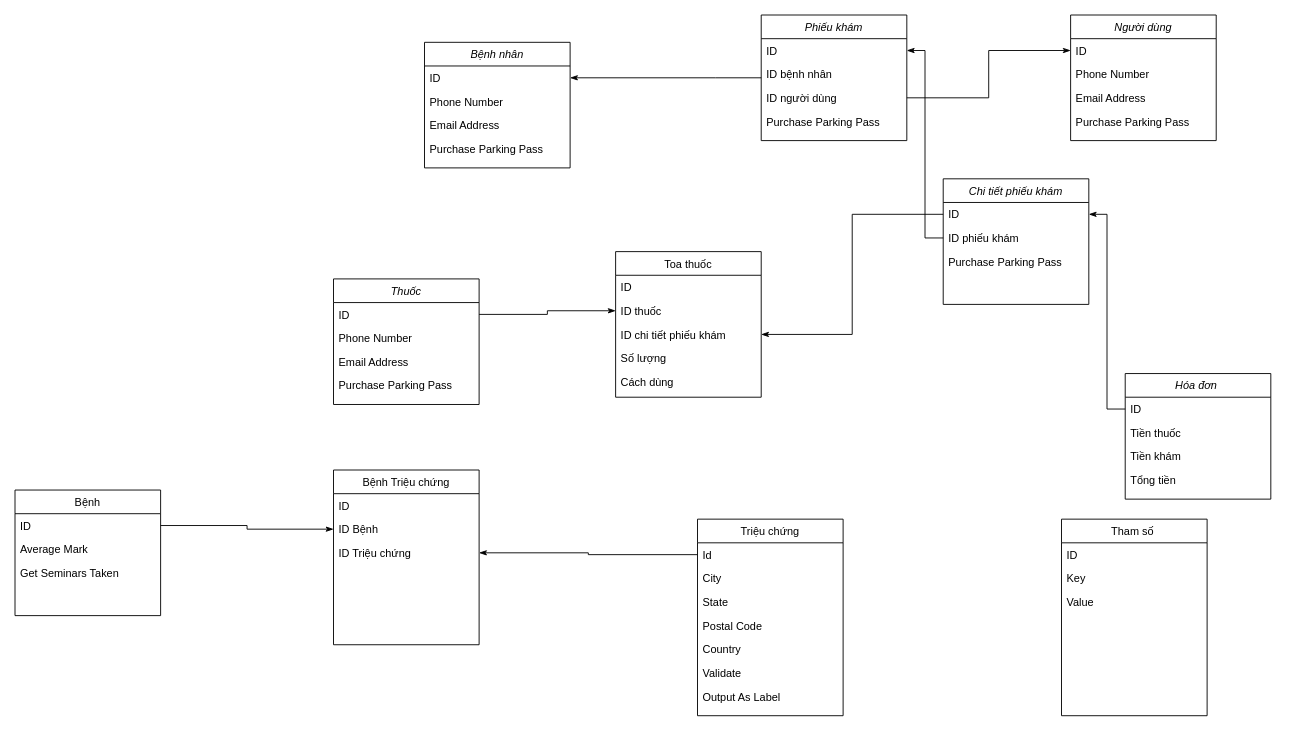
Above: Untitled Diagram.drawio in thanhxinhtraiuit/DACNPM (draw.io), before the change. Source tidied: cells renumbered, new cells numbered last; positions are measured from the earlier drawing's top-left corner, leaving out a move shared by most shapes. Both pictures are drawn from the tidied source at 91%, with x=0, y=0 at pixel (15, 15).
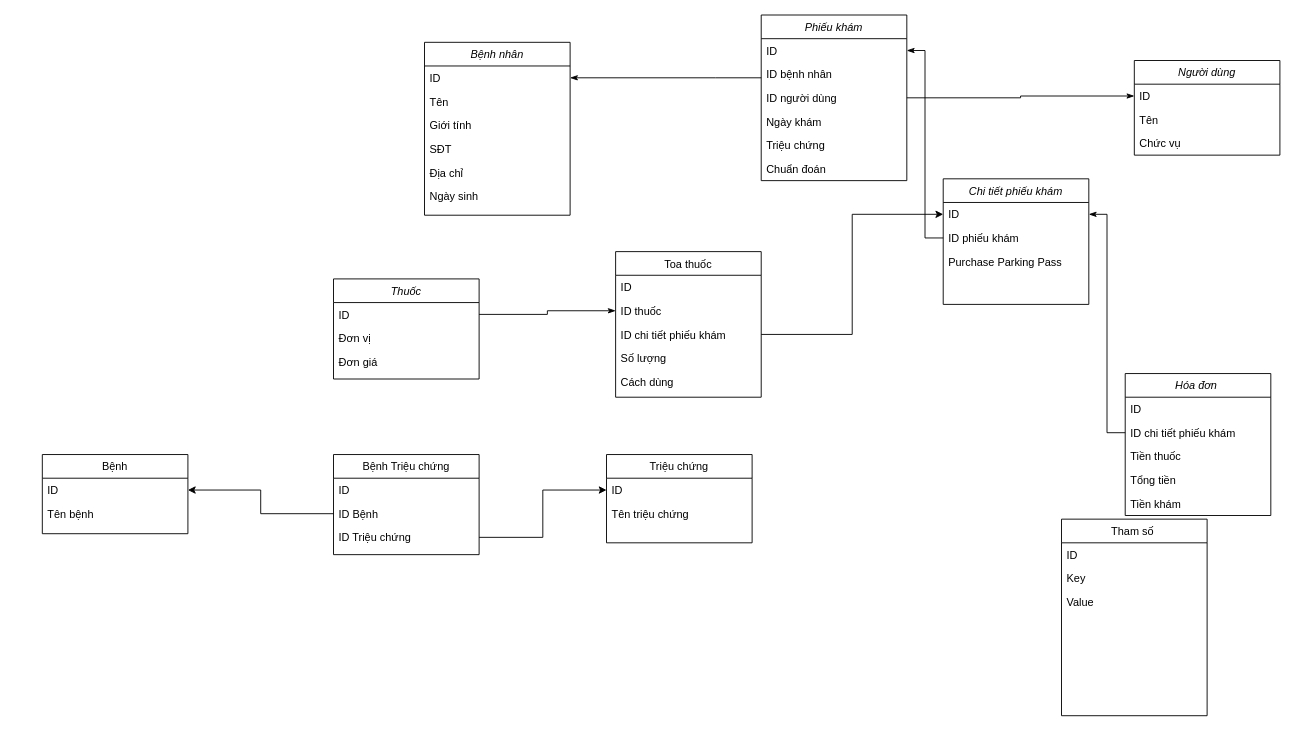
The same diagram, later.

Unchanged cells that the change refers to:
```xml
<mxCell id="3" value="ID" style="text;align=left;verticalAlign=top;spacingLeft=4;spacingRight=4;overflow=hidden;points=[[0,0.5],[1,0.5]];portConstraint=eastwest;" parent="2" vertex="1">
  <mxGeometry y="26" width="160" height="26" as="geometry" />
</mxCell>
<mxCell id="32" value="ID chi tiết phiếu khám" style="text;align=left;verticalAlign=top;spacingLeft=4;spacingRight=4;overflow=hidden;points=[[0,0.5],[1,0.5]];portConstraint=eastwest;rounded=0;shadow=0;html=0;" parent="29" vertex="1">
  <mxGeometry y="78" width="160" height="26" as="geometry" />
</mxCell>
<mxCell id="37" value="ID Bệnh" style="text;align=left;verticalAlign=top;spacingLeft=4;spacingRight=4;overflow=hidden;points=[[0,0.5],[1,0.5]];portConstraint=eastwest;rounded=0;shadow=0;html=0;" parent="35" vertex="1">
  <mxGeometry y="52" width="160" height="26" as="geometry" />
</mxCell>
<mxCell id="38" value="ID Triệu chứng" style="text;align=left;verticalAlign=top;spacingLeft=4;spacingRight=4;overflow=hidden;points=[[0,0.5],[1,0.5]];portConstraint=eastwest;rounded=0;shadow=0;html=0;" parent="35" vertex="1">
  <mxGeometry y="78" width="160" height="26" as="geometry" />
</mxCell>
<mxCell id="44" value="ID" style="text;align=left;verticalAlign=top;spacingLeft=4;spacingRight=4;overflow=hidden;points=[[0,0.5],[1,0.5]];portConstraint=eastwest;" parent="43" vertex="1">
  <mxGeometry y="26" width="160" height="26" as="geometry" />
</mxCell>
<mxCell id="56" value="ID" style="text;align=left;verticalAlign=top;spacingLeft=4;spacingRight=4;overflow=hidden;points=[[0,0.5],[1,0.5]];portConstraint=eastwest;" parent="55" vertex="1">
  <mxGeometry y="26" width="160" height="26" as="geometry" />
</mxCell>
```

What changed in the source:
```diff
@@
     <mxCell id="2" value="Bệnh" style="swimlane;fontStyle=0;align=center;verticalAlign=top;horizontal=1;startSize=26;rounded=0;shadow=0;strokeWidth=1;" parent="1" vertex="1">
-      <mxGeometry y="522" width="160" height="138" as="geometry" />
+      <mxGeometry x="30" y="483" width="160" height="87" as="geometry" />
     </mxCell>
@@
-    <mxCell id="4" value="Average Mark" style="text;align=left;verticalAlign=top;spacingLeft=4;spacingRight=4;overflow=hidden;rounded=0;shadow=0;html=0;" parent="2" vertex="1">
+    <mxCell id="4" value="Tên bệnh" style="text;align=left;verticalAlign=top;spacingLeft=4;spacingRight=4;overflow=hidden;rounded=0;shadow=0;html=0;" parent="2" vertex="1">
       <mxGeometry y="52" width="160" height="26" as="geometry" />
     </mxCell>
-    <mxCell id="5" value="Get Seminars Taken" style="text;align=left;verticalAlign=top;spacingLeft=4;spacingRight=4;overflow=hidden;" parent="2" vertex="1">
-      <mxGeometry y="78" width="160" height="26" as="geometry" />
-    </mxCell>
     <mxCell id="6" value="Triệu chứng" style="swimlane;fontStyle=0;align=center;verticalAlign=top;horizontal=1;startSize=26;rounded=0;shadow=0;strokeWidth=1;" parent="1" vertex="1">
-      <mxGeometry x="750" y="554" width="160" height="216" as="geometry" />
+      <mxGeometry x="650" y="483" width="160" height="97" as="geometry" />
     </mxCell>
-    <mxCell id="7" value="Id" style="text;align=left;verticalAlign=top;spacingLeft=4;spacingRight=4;overflow=hidden;points=[[0,0.5],[1,0.5]];portConstraint=eastwest;" parent="6" vertex="1">
+    <mxCell id="7" value="ID" style="text;align=left;verticalAlign=top;spacingLeft=4;spacingRight=4;overflow=hidden;points=[[0,0.5],[1,0.5]];portConstraint=eastwest;" parent="6" vertex="1">
       <mxGeometry y="26" width="160" height="26" as="geometry" />
     </mxCell>
-    <mxCell id="8" value="City" style="text;align=left;verticalAlign=top;spacingLeft=4;spacingRight=4;overflow=hidden;rounded=0;shadow=0;html=0;" parent="6" vertex="1">
-      <mxGeometry y="52" width="160" height="26" as="geometry" />
-    </mxCell>
-    <mxCell id="9" value="State" style="text;align=left;verticalAlign=top;spacingLeft=4;spacingRight=4;overflow=hidden;rounded=0;shadow=0;html=0;" parent="6" vertex="1">
-      <mxGeometry y="78" width="160" height="26" as="geometry" />
-    </mxCell>
-    <mxCell id="10" value="Postal Code" style="text;align=left;verticalAlign=top;spacingLeft=4;spacingRight=4;overflow=hidden;rounded=0;shadow=0;html=0;" parent="6" vertex="1">
-      <mxGeometry y="104" width="160" height="26" as="geometry" />
-    </mxCell>
-    <mxCell id="11" value="Country" style="text;align=left;verticalAlign=top;spacingLeft=4;spacingRight=4;overflow=hidden;rounded=0;shadow=0;html=0;" parent="6" vertex="1">
-      <mxGeometry y="130" width="160" height="26" as="geometry" />
+    <mxCell id="11" value="Tên triệu chứng" style="text;align=left;verticalAlign=top;spacingLeft=4;spacingRight=4;overflow=hidden;rounded=0;shadow=0;html=0;" parent="6" vertex="1">
+      <mxGeometry y="52" width="160" height="26" as="geometry" />
     </mxCell>
-    <mxCell id="12" value="Validate" style="text;align=left;verticalAlign=top;spacingLeft=4;spacingRight=4;overflow=hidden;" parent="6" vertex="1">
-      <mxGeometry y="156" width="160" height="26" as="geometry" />
-    </mxCell>
-    <mxCell id="13" value="Output As Label" style="text;align=left;verticalAlign=top;spacingLeft=4;spacingRight=4;overflow=hidden;" parent="6" vertex="1">
-      <mxGeometry y="182" width="160" height="26" as="geometry" />
-    </mxCell>
     <mxCell id="14" value="Bệnh nhân" style="swimlane;fontStyle=2;align=center;verticalAlign=top;horizontal=1;startSize=26;rounded=0;shadow=0;strokeWidth=1;" parent="1" vertex="1">
-      <mxGeometry x="450" y="30" width="160" height="138" as="geometry" />
+      <mxGeometry x="450" y="30" width="160" height="190" as="geometry" />
     </mxCell>
@@
-    <mxCell id="16" value="Phone Number" style="text;align=left;verticalAlign=top;spacingLeft=4;spacingRight=4;overflow=hidden;rounded=0;shadow=0;html=0;" parent="14" vertex="1">
+    <mxCell id="16" value="Tên" style="text;align=left;verticalAlign=top;spacingLeft=4;spacingRight=4;overflow=hidden;rounded=0;shadow=0;html=0;" parent="14" vertex="1">
       <mxGeometry y="52" width="160" height="26" as="geometry" />
     </mxCell>
-    <mxCell id="17" value="Email Address" style="text;align=left;verticalAlign=top;spacingLeft=4;spacingRight=4;overflow=hidden;rounded=0;shadow=0;html=0;" parent="14" vertex="1">
+    <mxCell id="17" value="Giới tính" style="text;align=left;verticalAlign=top;spacingLeft=4;spacingRight=4;overflow=hidden;rounded=0;shadow=0;html=0;" parent="14" vertex="1">
       <mxGeometry y="78" width="160" height="26" as="geometry" />
     </mxCell>
-    <mxCell id="18" value="Purchase Parking Pass" style="text;align=left;verticalAlign=top;spacingLeft=4;spacingRight=4;overflow=hidden;" parent="14" vertex="1">
+    <mxCell id="18" value="SĐT" style="text;align=left;verticalAlign=top;spacingLeft=4;spacingRight=4;overflow=hidden;" parent="14" vertex="1">
       <mxGeometry y="104" width="160" height="26" as="geometry" />
     </mxCell>
+    <mxCell id="65" value="Địa chỉ" style="text;align=left;verticalAlign=top;spacingLeft=4;spacingRight=4;overflow=hidden;" parent="14" vertex="1">
+      <mxGeometry y="130" width="160" height="26" as="geometry" />
+    </mxCell>
+    <mxCell id="66" value="Ngày sinh" style="text;align=left;verticalAlign=top;spacingLeft=4;spacingRight=4;overflow=hidden;" parent="14" vertex="1">
+      <mxGeometry y="156" width="160" height="26" as="geometry" />
+    </mxCell>
     <mxCell id="19" value="Phiếu khám" style="swimlane;fontStyle=2;align=center;verticalAlign=top;horizontal=1;startSize=26;rounded=0;shadow=0;strokeWidth=1;" parent="1" vertex="1">
-      <mxGeometry x="820" width="160" height="138" as="geometry" />
+      <mxGeometry x="820" width="160" height="182" as="geometry" />
     </mxCell>
@@
-    <mxCell id="23" value="Purchase Parking Pass" style="text;align=left;verticalAlign=top;spacingLeft=4;spacingRight=4;overflow=hidden;" parent="19" vertex="1">
+    <mxCell id="23" value="Ngày khám" style="text;align=left;verticalAlign=top;spacingLeft=4;spacingRight=4;overflow=hidden;" parent="19" vertex="1">
       <mxGeometry y="104" width="160" height="26" as="geometry" />
     </mxCell>
+    <mxCell id="67" value="Triệu chứng" style="text;align=left;verticalAlign=top;spacingLeft=4;spacingRight=4;overflow=hidden;" parent="19" vertex="1">
+      <mxGeometry y="130" width="160" height="26" as="geometry" />
+    </mxCell>
+    <mxCell id="68" value="Chuẩn đoán" style="text;align=left;verticalAlign=top;spacingLeft=4;spacingRight=4;overflow=hidden;" parent="19" vertex="1">
+      <mxGeometry y="156" width="160" height="26" as="geometry" />
+    </mxCell>
     <mxCell id="24" value="Người dùng" style="swimlane;fontStyle=2;align=center;verticalAlign=top;horizontal=1;startSize=26;rounded=0;shadow=0;strokeWidth=1;" parent="1" vertex="1">
-      <mxGeometry x="1160" width="160" height="138" as="geometry" />
+      <mxGeometry x="1230" y="50" width="160" height="104" as="geometry" />
     </mxCell>
@@
-    <mxCell id="26" value="Phone Number" style="text;align=left;verticalAlign=top;spacingLeft=4;spacingRight=4;overflow=hidden;rounded=0;shadow=0;html=0;" parent="24" vertex="1">
+    <mxCell id="26" value="Tên" style="text;align=left;verticalAlign=top;spacingLeft=4;spacingRight=4;overflow=hidden;rounded=0;shadow=0;html=0;" parent="24" vertex="1">
       <mxGeometry y="52" width="160" height="26" as="geometry" />
     </mxCell>
-    <mxCell id="27" value="Email Address" style="text;align=left;verticalAlign=top;spacingLeft=4;spacingRight=4;overflow=hidden;rounded=0;shadow=0;html=0;" parent="24" vertex="1">
+    <mxCell id="27" value="Chức vụ" style="text;align=left;verticalAlign=top;spacingLeft=4;spacingRight=4;overflow=hidden;rounded=0;shadow=0;html=0;" parent="24" vertex="1">
       <mxGeometry y="78" width="160" height="26" as="geometry" />
     </mxCell>
-    <mxCell id="28" value="Purchase Parking Pass" style="text;align=left;verticalAlign=top;spacingLeft=4;spacingRight=4;overflow=hidden;" parent="24" vertex="1">
-      <mxGeometry y="104" width="160" height="26" as="geometry" />
-    </mxCell>
@@
     <mxCell id="35" value="Bệnh Triệu chứng" style="swimlane;fontStyle=0;align=center;verticalAlign=top;horizontal=1;startSize=26;rounded=0;shadow=0;strokeWidth=1;" parent="1" vertex="1">
-      <mxGeometry x="350" y="500" width="160" height="192" as="geometry" />
+      <mxGeometry x="350" y="483" width="160" height="110" as="geometry" />
     </mxCell>
@@
-    <mxCell id="39" style="edgeStyle=orthogonalEdgeStyle;rounded=0;jettySize=auto;html=1;endArrow=classicThin;endFill=1;entryX=1;entryY=0.5;entryDx=0;entryDy=0;" parent="1" edge="1" source="7" target="38">
-      <mxGeometry relative="1" as="geometry" />
-    </mxCell>
-    <mxCell id="40" style="edgeStyle=orthogonalEdgeStyle;rounded=0;jettySize=auto;html=1;entryX=0;entryY=0.5;entryDx=0;entryDy=0;endArrow=classicThin;endFill=1;" parent="1" edge="1" source="3" target="37">
-      <mxGeometry relative="1" as="geometry" />
-    </mxCell>
@@
     <mxCell id="48" value="Thuốc" style="swimlane;fontStyle=2;align=center;verticalAlign=top;horizontal=1;startSize=26;rounded=0;shadow=0;strokeWidth=1;" parent="1" vertex="1">
-      <mxGeometry x="350" y="290" width="160" height="138" as="geometry" />
+      <mxGeometry x="350" y="290" width="160" height="110" as="geometry" />
     </mxCell>
@@
-    <mxCell id="50" value="Phone Number" style="text;align=left;verticalAlign=top;spacingLeft=4;spacingRight=4;overflow=hidden;rounded=0;shadow=0;html=0;" parent="48" vertex="1">
+    <mxCell id="50" value="Đơn vị" style="text;align=left;verticalAlign=top;spacingLeft=4;spacingRight=4;overflow=hidden;rounded=0;shadow=0;html=0;" parent="48" vertex="1">
       <mxGeometry y="52" width="160" height="26" as="geometry" />
     </mxCell>
-    <mxCell id="51" value="Email Address" style="text;align=left;verticalAlign=top;spacingLeft=4;spacingRight=4;overflow=hidden;rounded=0;shadow=0;html=0;" parent="48" vertex="1">
+    <mxCell id="51" value="Đơn giá" style="text;align=left;verticalAlign=top;spacingLeft=4;spacingRight=4;overflow=hidden;rounded=0;shadow=0;html=0;" parent="48" vertex="1">
       <mxGeometry y="78" width="160" height="26" as="geometry" />
     </mxCell>
-    <mxCell id="52" value="Purchase Parking Pass" style="text;align=left;verticalAlign=top;spacingLeft=4;spacingRight=4;overflow=hidden;" parent="48" vertex="1">
-      <mxGeometry y="104" width="160" height="26" as="geometry" />
-    </mxCell>
@@
-    <mxCell id="54" style="edgeStyle=orthogonalEdgeStyle;rounded=0;jettySize=auto;html=1;entryX=1;entryY=0.5;entryDx=0;entryDy=0;endArrow=classicThin;endFill=1;exitX=0;exitY=0.5;exitDx=0;exitDy=0;verticalAlign=middle;textDirection=rtl;" parent="1" edge="1" source="44" target="32">
-      <mxGeometry relative="1" as="geometry" />
-    </mxCell>
     <mxCell id="55" value="Hóa đơn " style="swimlane;fontStyle=2;align=center;verticalAlign=top;horizontal=1;startSize=26;rounded=0;shadow=0;strokeWidth=1;" parent="1" vertex="1">
-      <mxGeometry x="1220" y="394" width="160" height="138" as="geometry" />
+      <mxGeometry x="1220" y="394" width="160" height="156" as="geometry" />
     </mxCell>
@@
+    <mxCell id="69" value="ID chi tiết phiếu khám" style="text;align=left;verticalAlign=top;spacingLeft=4;spacingRight=4;overflow=hidden;points=[[0,0.5],[1,0.5]];portConstraint=eastwest;" parent="55" vertex="1">
+      <mxGeometry y="52" width="160" height="26" as="geometry" />
+    </mxCell>
     <mxCell id="57" value="Tiền thuốc" style="text;align=left;verticalAlign=top;spacingLeft=4;spacingRight=4;overflow=hidden;" parent="55" vertex="1">
-      <mxGeometry y="52" width="160" height="26" as="geometry" />
+      <mxGeometry y="78" width="160" height="26" as="geometry" />
     </mxCell>
+    <mxCell id="59" value="Tổng tiền" style="text;align=left;verticalAlign=top;spacingLeft=4;spacingRight=4;overflow=hidden;" parent="55" vertex="1">
+      <mxGeometry y="104" width="160" height="26" as="geometry" />
+    </mxCell>
     <mxCell id="58" value="Tiền khám" style="text;align=left;verticalAlign=top;spacingLeft=4;spacingRight=4;overflow=hidden;" parent="55" vertex="1">
-      <mxGeometry y="78" width="160" height="26" as="geometry" />
+      <mxGeometry y="130" width="160" height="26" as="geometry" />
     </mxCell>
-    <mxCell id="59" value="Tổng tiền" style="text;align=left;verticalAlign=top;spacingLeft=4;spacingRight=4;overflow=hidden;" parent="55" vertex="1">
-      <mxGeometry y="104" width="160" height="26" as="geometry" />
-    </mxCell>
-    <mxCell id="60" style="edgeStyle=orthogonalEdgeStyle;rounded=0;jettySize=auto;html=1;entryX=1;entryY=0.5;entryDx=0;entryDy=0;endArrow=classicThin;endFill=1;" parent="1" edge="1" source="56" target="44">
+    <mxCell id="60" style="edgeStyle=orthogonalEdgeStyle;rounded=0;jettySize=auto;html=1;entryX=1;entryY=0.5;entryDx=0;entryDy=0;endArrow=classicThin;endFill=1;exitX=0;exitY=0.5;exitDx=0;exitDy=0;" parent="1" edge="1" source="69" target="44">
       <mxGeometry relative="1" as="geometry" />
     </mxCell>
@@
+    <mxCell id="70" style="edgeStyle=orthogonalEdgeStyle;rounded=0;jettySize=auto;html=1;entryX=0;entryY=0.5;entryDx=0;entryDy=0;" parent="1" edge="1" source="32" target="44">
+      <mxGeometry relative="1" as="geometry" />
+    </mxCell>
+    <mxCell id="71" style="edgeStyle=orthogonalEdgeStyle;rounded=0;jettySize=auto;html=1;" parent="1" edge="1" source="38" target="7">
+      <mxGeometry relative="1" as="geometry" />
+    </mxCell>
+    <mxCell id="72" style="edgeStyle=orthogonalEdgeStyle;rounded=0;jettySize=auto;html=1;entryX=1;entryY=0.5;entryDx=0;entryDy=0;" parent="1" edge="1" source="37" target="3">
+      <mxGeometry relative="1" as="geometry" />
+    </mxCell>
```
